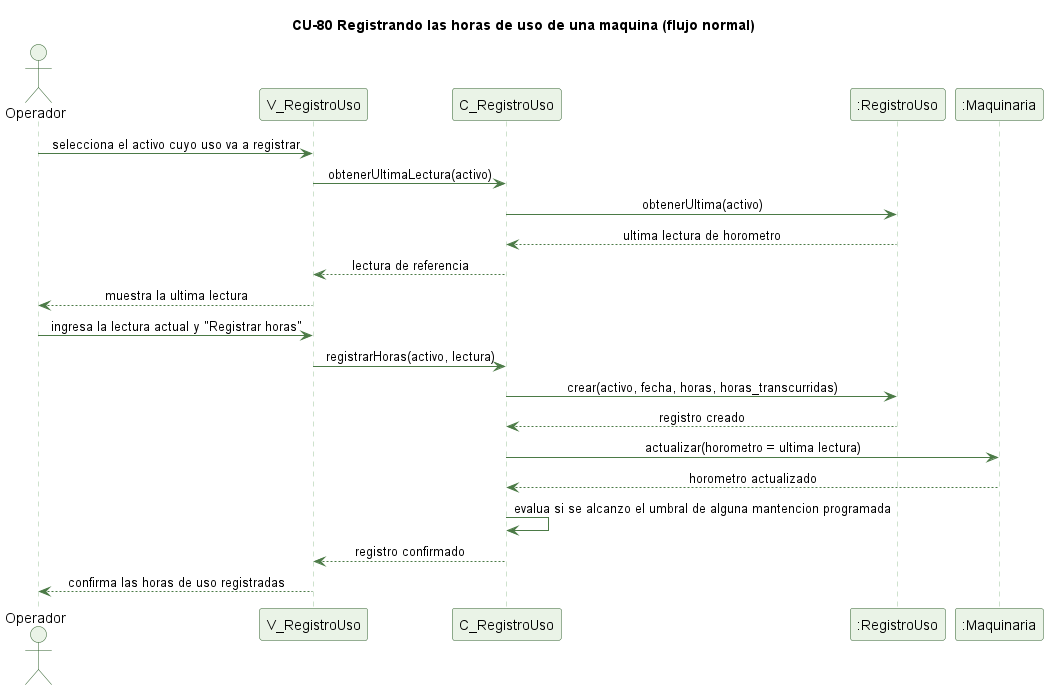
The PlantUML diagram docs/trabajo-grupal/diagramas/secuencias/cu80-registrar-horas-normal.png in kenjikaese/Triverde, before a commit.
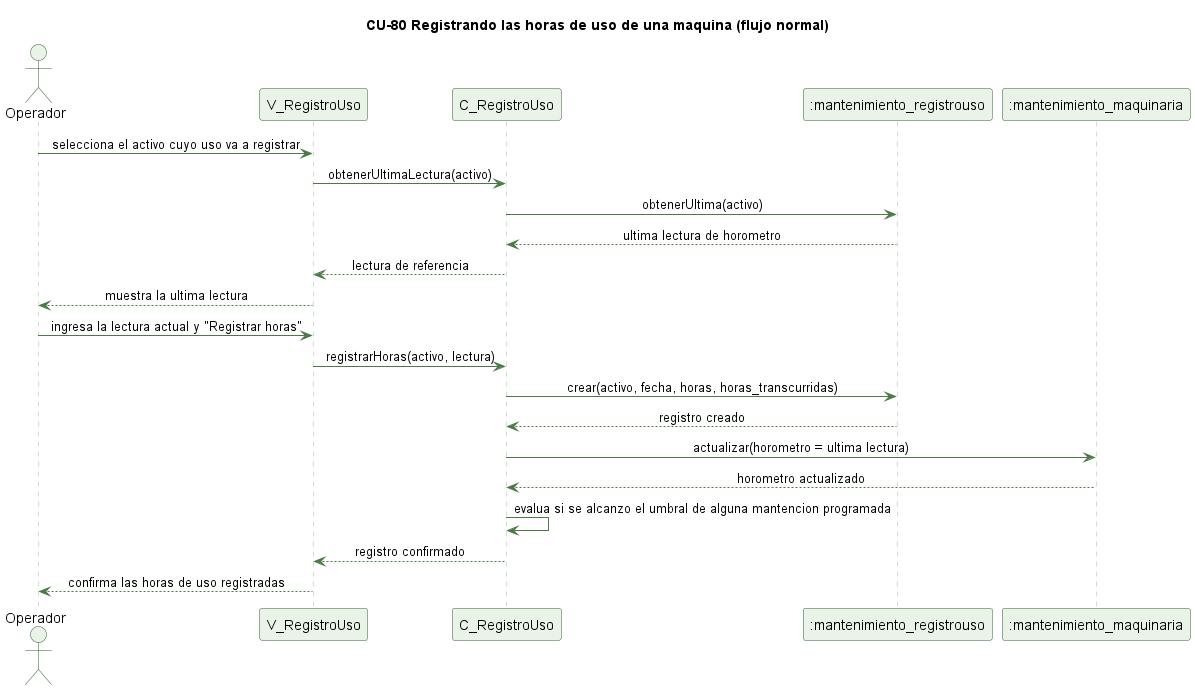
The same file after the commit.

Change to the diagram source:
```diff
@@ -15,8 +15,8 @@
 actor Operador
 participant "V_RegistroUso" as V
 participant "C_RegistroUso" as C
-participant ":RegistroUso" as RU
-participant ":Maquinaria" as MQ
+participant ":mantenimiento_registrouso" as RU
+participant ":mantenimiento_maquinaria" as MQ
 
 Operador -> V : selecciona el activo cuyo uso va a registrar
 V -> C : obtenerUltimaLectura(activo)
```
